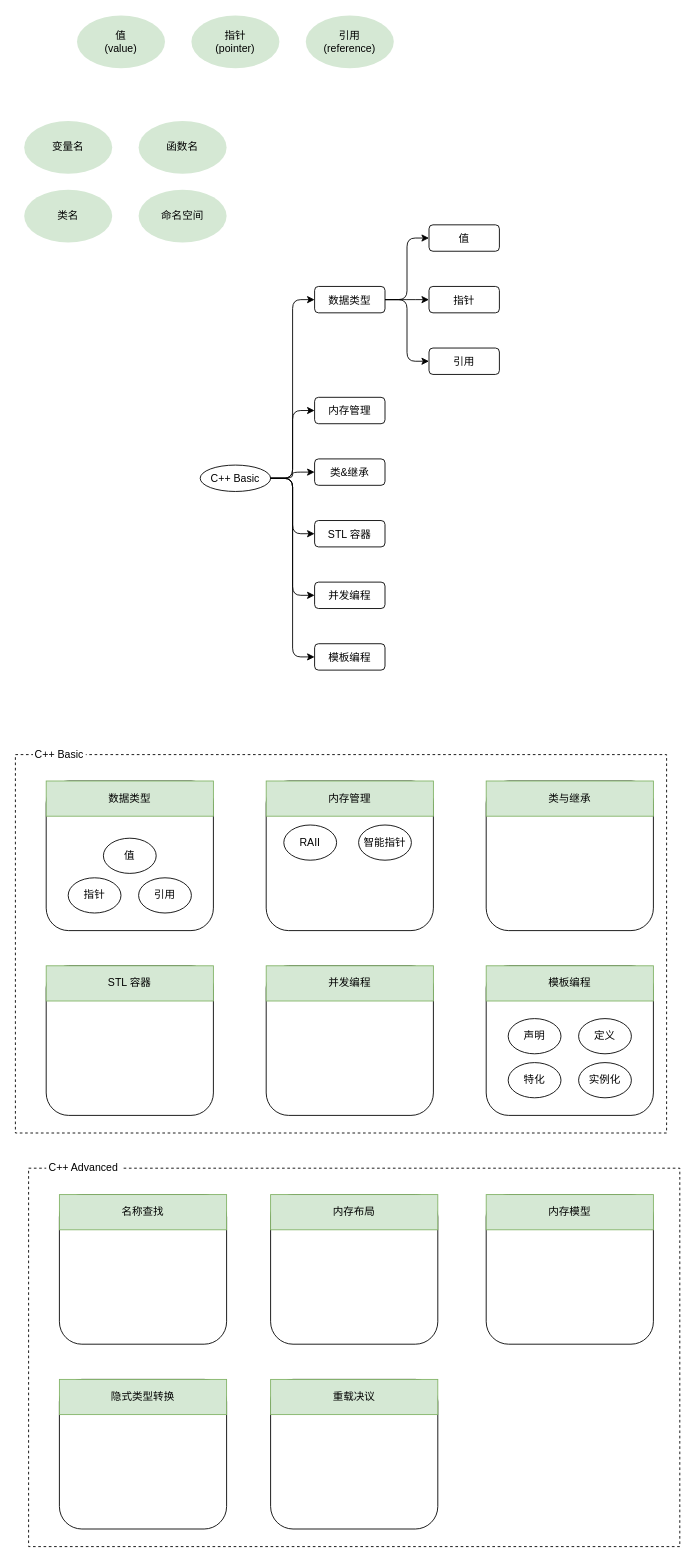
Earlier version of the draw.io diagram cplusplus_syntax_component.drawio (ZiqingYip/moment). Source tidied: cells renumbered, new cells numbered last; positions are measured from the earlier drawing's top-left corner, leaving out a move shared by most shapes. Both pictures are drawn from the tidied source at 88%, with x=0, y=0 at pixel (15, 15).
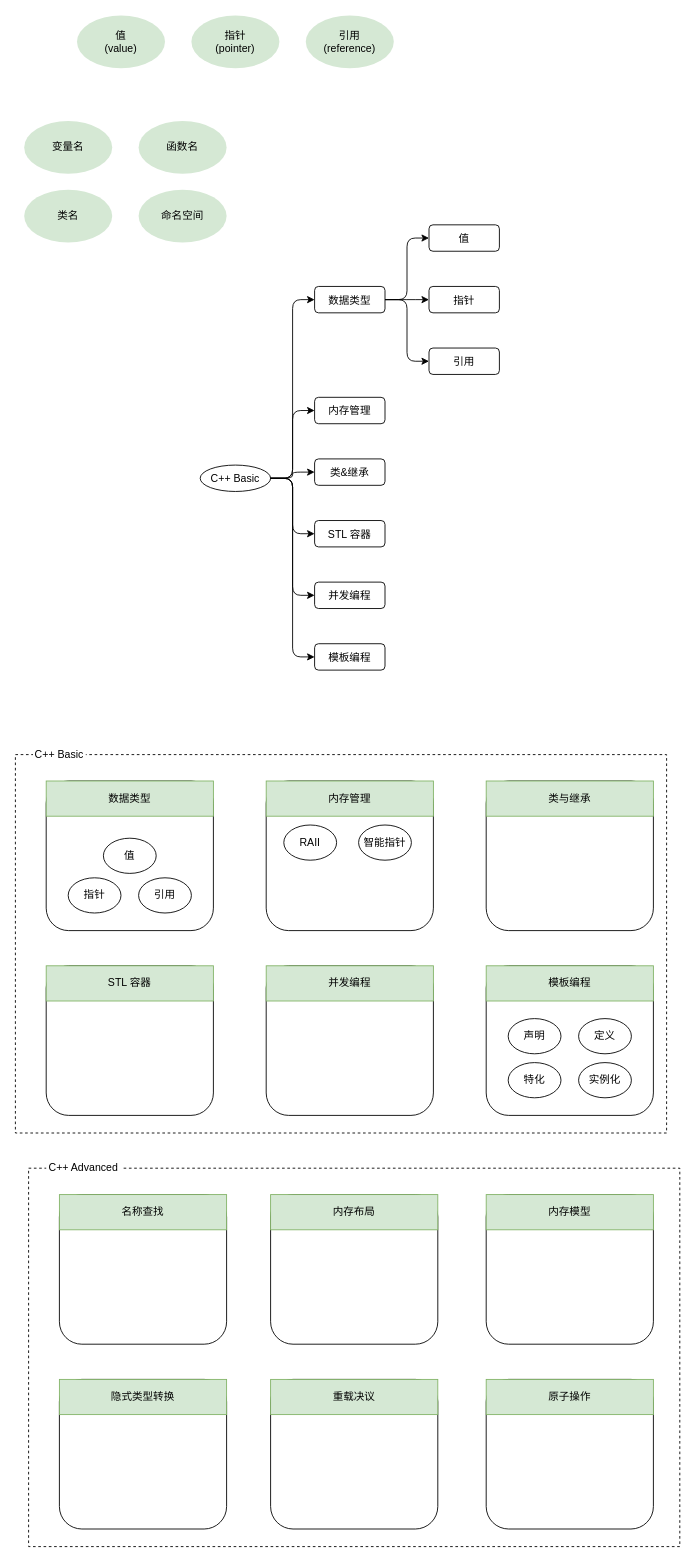
After the change.

What changed in the source:
```diff
@@
+    <mxCell id="63" style="rounded=1;whiteSpace=wrap;html=1;" parent="1" vertex="1">
+      <mxGeometry x="535" y="1550" width="190" height="170" as="geometry" />
+    </mxCell>
+    <mxCell id="64" value="原子操作" style="rounded=0;whiteSpace=wrap;html=1;fillColor=#d5e8d4;strokeColor=#82b366;" parent="1" vertex="1">
+      <mxGeometry x="535" y="1550" width="190" height="40" as="geometry" />
+    </mxCell>
```
